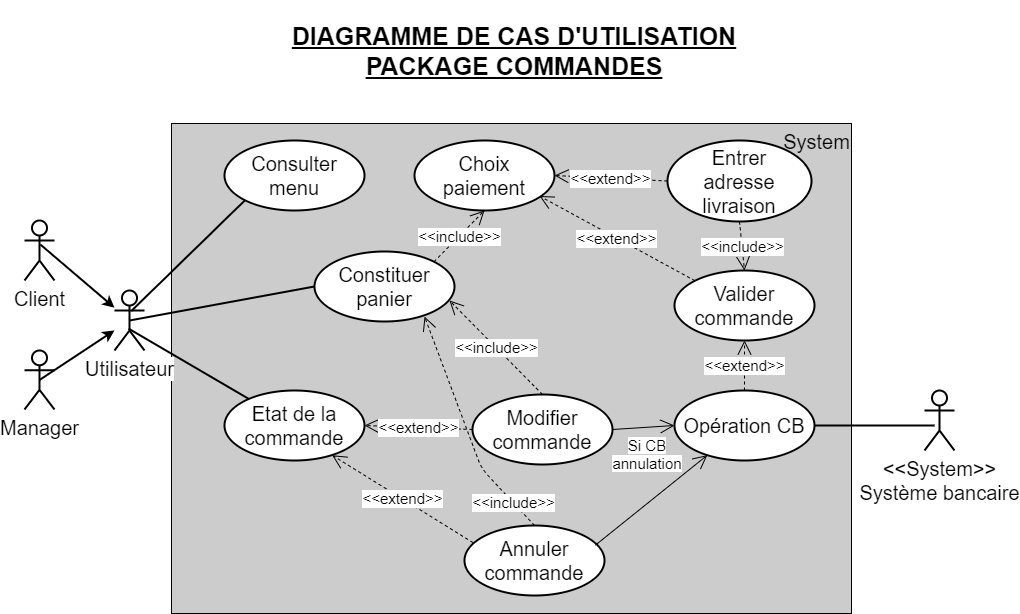
Above: diagrammes/diagramme de cas d'utilisation - commandes.png in Tony380/Projet4 (draw.io), before the change. Source tidied: cells renumbered, new cells last; positions are measured from the earlier drawing's top-left corner, leaving out a move shared by most shapes.
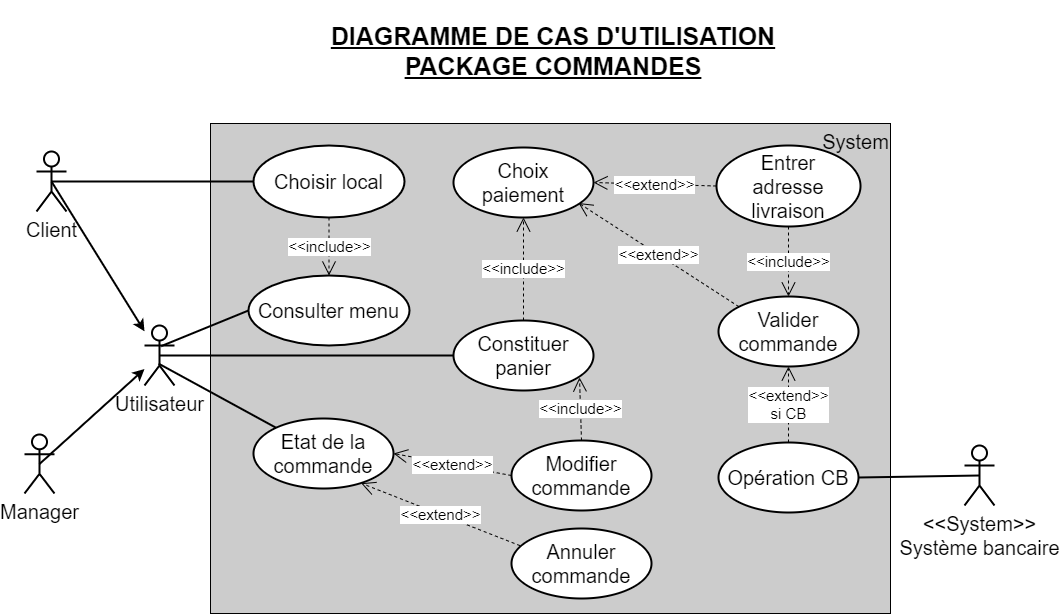
Above is the later version.

The edit, as a diff of the source:
```diff
@@ -6,31 +6,31 @@
       <mxGeometry x="147" y="123" width="680" height="490" as="geometry" />
     </mxCell>
     <mxCell id="3" value="&lt;font style=&quot;font-size: 20px&quot;&gt;&amp;lt;&amp;lt;System&amp;gt;&amp;gt;&lt;br&gt;Système bancaire&lt;/font&gt;" style="shape=umlActor;verticalLabelPosition=bottom;labelBackgroundColor=#ffffff;verticalAlign=top;html=1;strokeWidth=2;" parent="1" vertex="1">
-      <mxGeometry x="900" y="390" width="30" height="60" as="geometry" />
+      <mxGeometry x="901" y="445" width="30" height="60" as="geometry" />
     </mxCell>
     <mxCell id="4" value="&lt;font style=&quot;font-size: 20px&quot;&gt;Client&lt;/font&gt;" style="shape=umlActor;verticalLabelPosition=bottom;labelBackgroundColor=#ffffff;verticalAlign=top;html=1;strokeWidth=2;" parent="1" vertex="1">
-      <mxGeometry y="220" width="30" height="60" as="geometry" />
+      <mxGeometry x="-27" y="151" width="30" height="60" as="geometry" />
     </mxCell>
     <mxCell id="5" value="&lt;font style=&quot;font-size: 20px&quot;&gt;Utilisateur&lt;/font&gt;" style="shape=umlActor;verticalLabelPosition=bottom;labelBackgroundColor=#ffffff;verticalAlign=top;html=1;strokeWidth=2;" parent="1" vertex="1">
-      <mxGeometry x="90" y="290" width="30" height="60" as="geometry" />
+      <mxGeometry x="81" y="325" width="30" height="60" as="geometry" />
     </mxCell>
     <mxCell id="6" value="&lt;font style=&quot;font-size: 20px&quot;&gt;Manager&lt;/font&gt;" style="shape=umlActor;verticalLabelPosition=bottom;labelBackgroundColor=#ffffff;verticalAlign=top;html=1;strokeWidth=2;" parent="1" vertex="1">
-      <mxGeometry y="350" width="30" height="59" as="geometry" />
+      <mxGeometry x="-39" y="434" width="30" height="59" as="geometry" />
     </mxCell>
     <mxCell id="7" value="&lt;font style=&quot;font-size: 20px&quot;&gt;Consulter menu&lt;/font&gt;" style="ellipse;whiteSpace=wrap;html=1;strokeWidth=2;" parent="1" vertex="1">
-      <mxGeometry x="200" y="140" width="140" height="70" as="geometry" />
+      <mxGeometry x="185" y="275" width="161" height="70" as="geometry" />
     </mxCell>
     <mxCell id="8" value="&lt;font style=&quot;font-size: 20px&quot;&gt;Constituer panier&lt;/font&gt;" style="ellipse;whiteSpace=wrap;html=1;strokeWidth=2;" parent="1" vertex="1">
-      <mxGeometry x="290" y="251" width="140" height="70" as="geometry" />
+      <mxGeometry x="390" y="320" width="140" height="70" as="geometry" />
     </mxCell>
     <mxCell id="9" value="&lt;font style=&quot;font-size: 20px&quot;&gt;Choix paiement&lt;/font&gt;" style="ellipse;whiteSpace=wrap;html=1;strokeWidth=2;" parent="1" vertex="1">
-      <mxGeometry x="390" y="140" width="140" height="70" as="geometry" />
+      <mxGeometry x="390" y="147" width="140" height="70" as="geometry" />
     </mxCell>
-    <mxCell id="10" value="&lt;font style=&quot;font-size: 15px&quot;&gt;&amp;lt;&amp;lt;include&amp;gt;&amp;gt;&lt;/font&gt;" style="endArrow=open;endSize=12;dashed=1;html=1;entryX=0.5;entryY=1;entryDx=0;entryDy=0;exitX=1;exitY=0;exitDx=0;exitDy=0;" parent="1" edge="1" source="8" target="9">
+    <mxCell id="10" value="&lt;font style=&quot;font-size: 15px&quot;&gt;&amp;lt;&amp;lt;include&amp;gt;&amp;gt;&lt;/font&gt;" style="endArrow=open;endSize=12;dashed=1;html=1;entryX=0.5;entryY=1;entryDx=0;entryDy=0;exitX=0.5;exitY=0;exitDx=0;exitDy=0;" parent="1" edge="1" source="8" target="9">
       <mxGeometry relative="1" as="geometry" />
     </mxCell>
     <mxCell id="11" value="&lt;font style=&quot;font-size: 20px&quot;&gt;Entrer&lt;br&gt;adresse livraison&lt;/font&gt;" style="ellipse;whiteSpace=wrap;html=1;strokeWidth=2;" parent="1" vertex="1">
-      <mxGeometry x="643" y="140" width="144" height="81" as="geometry" />
+      <mxGeometry x="653" y="145" width="144" height="81" as="geometry" />
     </mxCell>
     <mxCell id="12" value="&lt;font style=&quot;font-size: 15px&quot;&gt;&amp;lt;&amp;lt;extend&amp;gt;&amp;gt;&lt;/font&gt;" style="endArrow=open;endSize=12;dashed=1;html=1;entryX=1;entryY=0.5;entryDx=0;entryDy=0;exitX=0;exitY=0.5;exitDx=0;exitDy=0;" parent="1" edge="1" source="11" target="9">
       <mxGeometry relative="1" as="geometry" />
@@ -39,11 +39,8 @@
       <mxGeometry x="753" y="130" width="77" height="21" as="geometry" />
     </mxCell>
     <mxCell id="14" value="&lt;font style=&quot;font-size: 20px&quot;&gt;Valider commande&lt;/font&gt;" style="ellipse;whiteSpace=wrap;html=1;strokeWidth=2;fillColor=#FFFFFF;" parent="1" vertex="1">
-      <mxGeometry x="650" y="270" width="140" height="70" as="geometry" />
+      <mxGeometry x="655" y="296" width="140" height="70" as="geometry" />
     </mxCell>
-    <mxCell id="15" style="line;strokeWidth=2;fillColor=none;align=left;verticalAlign=middle;spacingTop=-1;spacingLeft=3;spacingRight=3;labelPosition=right;" parent="1" vertex="1">
-      <mxGeometry x="790" y="421" width="120" height="8" as="geometry" />
-    </mxCell>
     <mxCell id="16" value="&lt;font style=&quot;font-size: 15px&quot;&gt;&amp;lt;&amp;lt;include&amp;gt;&amp;gt;&lt;/font&gt;" style="endArrow=open;endSize=12;dashed=1;html=1;exitX=0.5;exitY=1;exitDx=0;exitDy=0;entryX=0.5;entryY=0;entryDx=0;entryDy=0;" parent="1" edge="1" source="11" target="14">
       <mxGeometry relative="1" as="geometry" />
     </mxCell>
@@ -51,19 +48,19 @@
       <mxGeometry relative="1" as="geometry" />
     </mxCell>
     <mxCell id="18" value="&lt;font style=&quot;font-size: 20px&quot;&gt;Opération CB&lt;/font&gt;" style="ellipse;whiteSpace=wrap;html=1;strokeWidth=2;fillColor=#FFFFFF;" parent="1" vertex="1">
-      <mxGeometry x="650" y="390" width="140" height="70" as="geometry" />
+      <mxGeometry x="655" y="442" width="140" height="70" as="geometry" />
     </mxCell>
-    <mxCell id="19" value="&lt;font style=&quot;font-size: 15px&quot;&gt;&amp;lt;&amp;lt;extend&amp;gt;&amp;gt;&lt;/font&gt;" style="endArrow=open;endSize=12;dashed=1;html=1;entryX=0.5;entryY=1;entryDx=0;entryDy=0;" parent="1" edge="1" source="18" target="14">
+    <mxCell id="19" value="&lt;span style=&quot;font-size: 15px&quot;&gt;&amp;lt;&amp;lt;extend&amp;gt;&amp;gt;&lt;br&gt;si CB&lt;br&gt;&lt;/span&gt;" style="endArrow=open;endSize=12;dashed=1;html=1;entryX=0.5;entryY=1;entryDx=0;entryDy=0;exitX=0.5;exitY=0;exitDx=0;exitDy=0;" parent="1" edge="1" source="18" target="14">
       <mxGeometry relative="1" as="geometry" />
     </mxCell>
     <mxCell id="20" value="&lt;font style=&quot;font-size: 20px&quot;&gt;Etat de la commande&lt;/font&gt;" style="ellipse;whiteSpace=wrap;html=1;strokeWidth=2;fillColor=#FFFFFF;" parent="1" vertex="1">
-      <mxGeometry x="200" y="390" width="140" height="70" as="geometry" />
+      <mxGeometry x="190" y="418" width="140" height="70" as="geometry" />
     </mxCell>
     <mxCell id="21" value="&lt;font style=&quot;font-size: 20px&quot;&gt;Annuler commande&lt;/font&gt;" style="ellipse;whiteSpace=wrap;html=1;strokeWidth=2;fillColor=#FFFFFF;" parent="1" vertex="1">
-      <mxGeometry x="440" y="525" width="140" height="70" as="geometry" />
+      <mxGeometry x="448" y="528" width="140" height="70" as="geometry" />
     </mxCell>
     <mxCell id="22" value="&lt;font style=&quot;font-size: 20px&quot;&gt;Modifier commande&lt;/font&gt;" style="ellipse;whiteSpace=wrap;html=1;strokeWidth=2;fillColor=#FFFFFF;" parent="1" vertex="1">
-      <mxGeometry x="448" y="394" width="140" height="70" as="geometry" />
+      <mxGeometry x="448" y="440" width="140" height="70" as="geometry" />
     </mxCell>
     <mxCell id="23" value="&lt;font style=&quot;font-size: 15px&quot;&gt;&amp;lt;&amp;lt;extend&amp;gt;&amp;gt;&lt;/font&gt;" style="endArrow=open;endSize=12;dashed=1;html=1;exitX=0;exitY=0.5;exitDx=0;exitDy=0;entryX=1;entryY=0.5;entryDx=0;entryDy=0;" parent="1" edge="1" source="22" target="20">
       <mxGeometry relative="1" as="geometry" />
@@ -71,22 +68,10 @@
     <mxCell id="24" value="&lt;font style=&quot;font-size: 15px&quot;&gt;&amp;lt;&amp;lt;extend&amp;gt;&amp;gt;&lt;/font&gt;" style="endArrow=open;endSize=12;dashed=1;html=1;exitX=0.061;exitY=0.245;exitDx=0;exitDy=0;exitPerimeter=0;entryX=0.769;entryY=0.925;entryDx=0;entryDy=0;entryPerimeter=0;" parent="1" edge="1" source="21" target="20">
       <mxGeometry relative="1" as="geometry" />
     </mxCell>
-    <mxCell id="25" style="endArrow=open;endFill=1;endSize=12;html=1;exitX=0.935;exitY=0.281;exitDx=0;exitDy=0;exitPerimeter=0;" parent="1" edge="1" source="21" target="18">
-      <mxGeometry relative="1" as="geometry" />
-    </mxCell>
-    <mxCell id="26" style="endArrow=open;endFill=1;endSize=12;html=1;exitX=1;exitY=0.5;exitDx=0;exitDy=0;entryX=0;entryY=0.5;entryDx=0;entryDy=0;" parent="1" edge="1" source="22" target="18">
-      <mxGeometry relative="1" as="geometry" />
-    </mxCell>
-    <mxCell id="27" value="&lt;font style=&quot;font-size: 15px&quot;&gt;&amp;lt;&amp;lt;include&amp;gt;&amp;gt;&lt;/font&gt;" style="endArrow=open;endSize=12;dashed=1;html=1;entryX=0.964;entryY=0.7;entryDx=0;entryDy=0;exitX=0.5;exitY=0;exitDx=0;exitDy=0;entryPerimeter=0;" parent="1" edge="1" source="22" target="8">
-      <mxGeometry relative="1" as="geometry" />
-    </mxCell>
-    <mxCell id="28" value="&lt;span style=&quot;background-color: rgb(255 , 255 , 255) ; font-size: 15px&quot;&gt;Si CB&lt;br&gt;annulation&lt;/span&gt;" style="text;html=1;align=center;verticalAlign=middle;whiteSpace=wrap;rounded=0;" parent="1" vertex="1">
-      <mxGeometry x="590" y="429" width="66" height="50" as="geometry" />
-    </mxCell>
     <mxCell id="29" value="&lt;font style=&quot;font-size: 25px&quot;&gt;&lt;b&gt;&lt;u&gt;DIAGRAMME DE CAS D'UTILISATION&lt;br&gt;PACKAGE COMMANDES&lt;/u&gt;&lt;/b&gt;&lt;/font&gt;" style="text;html=1;strokeColor=none;fillColor=none;align=center;verticalAlign=middle;whiteSpace=wrap;rounded=0;" parent="1" vertex="1">
       <mxGeometry x="245" width="490" height="100" as="geometry" />
     </mxCell>
-    <mxCell id="30" style="endArrow=none;html=1;strokeWidth=2;entryX=0;entryY=1;entryDx=0;entryDy=0;exitX=0.556;exitY=0.344;exitDx=0;exitDy=0;exitPerimeter=0;" parent="1" edge="1" source="5" target="7">
+    <mxCell id="30" style="endArrow=none;html=1;strokeWidth=2;entryX=0;entryY=0.5;entryDx=0;entryDy=0;exitX=0.556;exitY=0.344;exitDx=0;exitDy=0;exitPerimeter=0;" parent="1" edge="1" source="5" target="7">
       <mxGeometry relative="1" as="geometry" />
     </mxCell>
     <mxCell id="31" style="endArrow=none;html=1;strokeWidth=2;exitX=0.5;exitY=0.5;exitDx=0;exitDy=0;exitPerimeter=0;entryX=0;entryY=0.5;entryDx=0;entryDy=0;" parent="1" edge="1" source="5" target="8">
@@ -95,18 +80,26 @@
     <mxCell id="32" style="endArrow=none;html=1;strokeWidth=2;exitX=0.472;exitY=0.636;exitDx=0;exitDy=0;exitPerimeter=0;" parent="1" edge="1" source="5" target="20">
       <mxGeometry relative="1" as="geometry" />
     </mxCell>
-    <mxCell id="33" style="endArrow=classic;html=1;strokeWidth=2;exitX=0.528;exitY=0.4;exitDx=0;exitDy=0;exitPerimeter=0;" parent="1" edge="1" source="4" target="5">
+    <mxCell id="33" style="endArrow=classic;html=1;strokeWidth=2;exitX=0.5;exitY=0.5;exitDx=0;exitDy=0;exitPerimeter=0;" parent="1" edge="1" source="4" target="5">
       <mxGeometry relative="1" as="geometry" />
     </mxCell>
     <mxCell id="34" style="endArrow=classic;html=1;strokeWidth=2;exitX=0.5;exitY=0.5;exitDx=0;exitDy=0;exitPerimeter=0;" parent="1" edge="1" source="6" target="5">
       <mxGeometry relative="1" as="geometry" />
     </mxCell>
-    <mxCell id="35" value="&lt;font style=&quot;font-size: 15px&quot;&gt;&amp;lt;&amp;lt;include&amp;gt;&amp;gt;&lt;/font&gt;" style="endArrow=open;endSize=12;dashed=1;html=1;exitX=0.5;exitY=0;exitDx=0;exitDy=0;entryX=0.786;entryY=0.929;entryDx=0;entryDy=0;entryPerimeter=0;" parent="1" edge="1" source="21" target="8">
-      <mxGeometry x="-0.74" relative="1" as="geometry">
-        <Array as="points">
-          <mxPoint x="457" y="468" />
-        </Array>
-      </mxGeometry>
-    </mxCell>
+    <mxCell id="36" value="&lt;font style=&quot;font-size: 20px&quot;&gt;Choisir local&lt;/font&gt;" style="ellipse;whiteSpace=wrap;html=1;strokeWidth=2;" parent="1" vertex="1">
+      <mxGeometry x="190" y="145" width="151" height="72" as="geometry" />
+    </mxCell>
+    <mxCell id="37" style="endArrow=none;html=1;entryX=0;entryY=0.5;entryDx=0;entryDy=0;strokeWidth=2;exitX=0.5;exitY=0.5;exitDx=0;exitDy=0;exitPerimeter=0;" parent="1" edge="1" source="4" target="36">
+      <mxGeometry relative="1" as="geometry" />
+    </mxCell>
+    <mxCell id="38" value="&lt;font style=&quot;font-size: 15px&quot;&gt;&amp;lt;&amp;lt;include&amp;gt;&amp;gt;&lt;/font&gt;" style="endArrow=open;endSize=12;dashed=1;html=1;strokeWidth=1;exitX=0.5;exitY=1;exitDx=0;exitDy=0;entryX=0.5;entryY=0;entryDx=0;entryDy=0;" parent="1" edge="1" source="36" target="7">
+      <mxGeometry relative="1" as="geometry" />
+    </mxCell>
+    <mxCell id="27" value="&lt;font style=&quot;font-size: 15px&quot;&gt;&amp;lt;&amp;lt;include&amp;gt;&amp;gt;&lt;/font&gt;" style="endArrow=open;endSize=12;dashed=1;html=1;strokeWidth=1;exitX=0.5;exitY=0;exitDx=0;exitDy=0;entryX=0.9;entryY=0.814;entryDx=0;entryDy=0;entryPerimeter=0;" parent="1" edge="1" source="22" target="8">
+      <mxGeometry relative="1" as="geometry" />
+    </mxCell>
+    <mxCell id="39" style="endArrow=none;html=1;strokeWidth=2;exitX=1;exitY=0.5;exitDx=0;exitDy=0;entryX=0.5;entryY=0.5;entryDx=0;entryDy=0;entryPerimeter=0;" parent="1" edge="1" source="18" target="3">
+      <mxGeometry relative="1" as="geometry" />
+    </mxCell>
   </root>
 </mxGraphModel>
```
